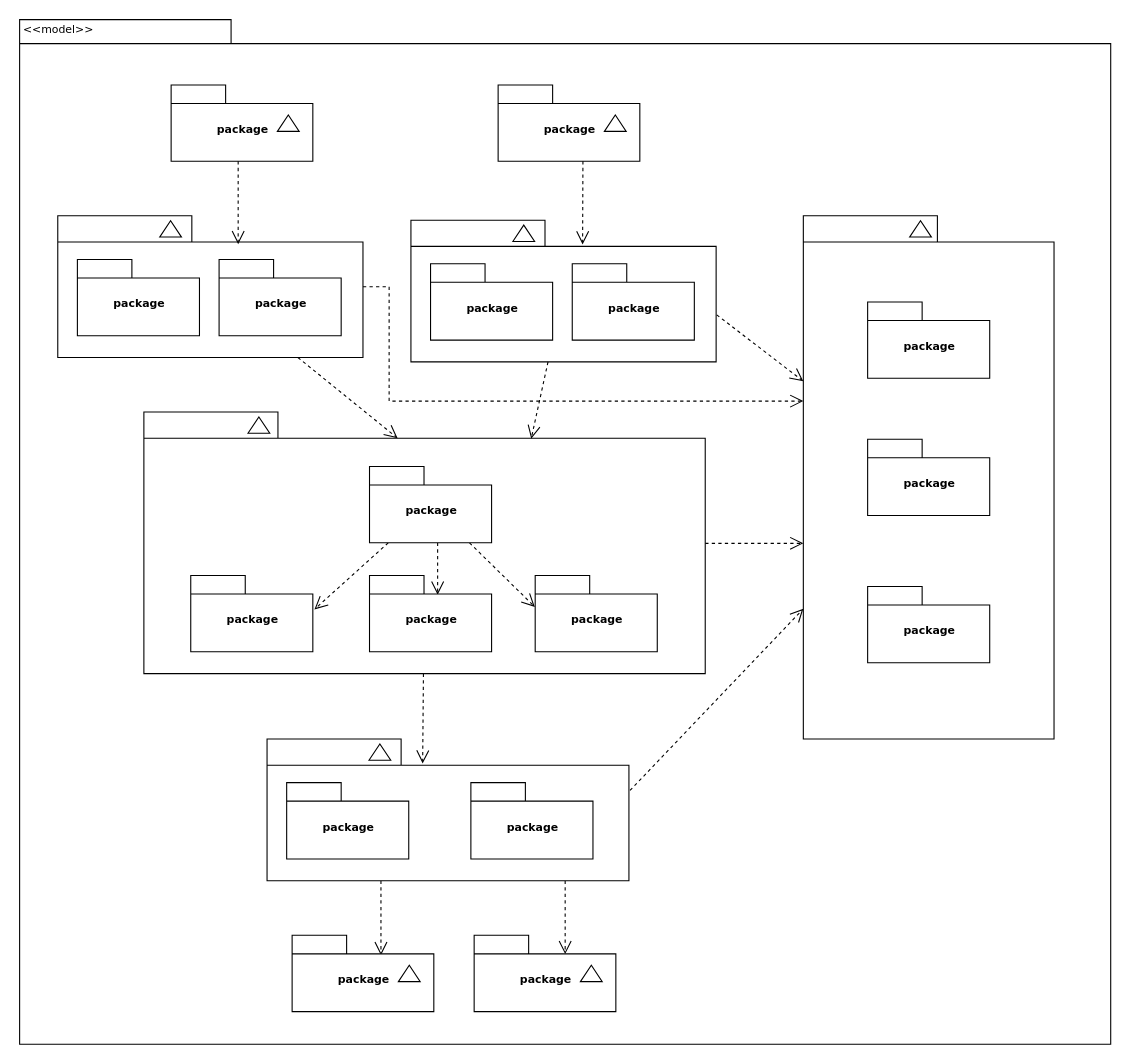
Earlier version of the draw.io diagram draw_io/Conterra_Usecase001_datamodel.drawio (developer-max-mule/developer-max-mule). Source tidied: cells renumbered, new cells numbered last; positions are measured from the earlier drawing's top-left corner, leaving out a move shared by most shapes. Both pictures are drawn from the tidied source at 109%, with x=0, y=0 at pixel (19, 19).
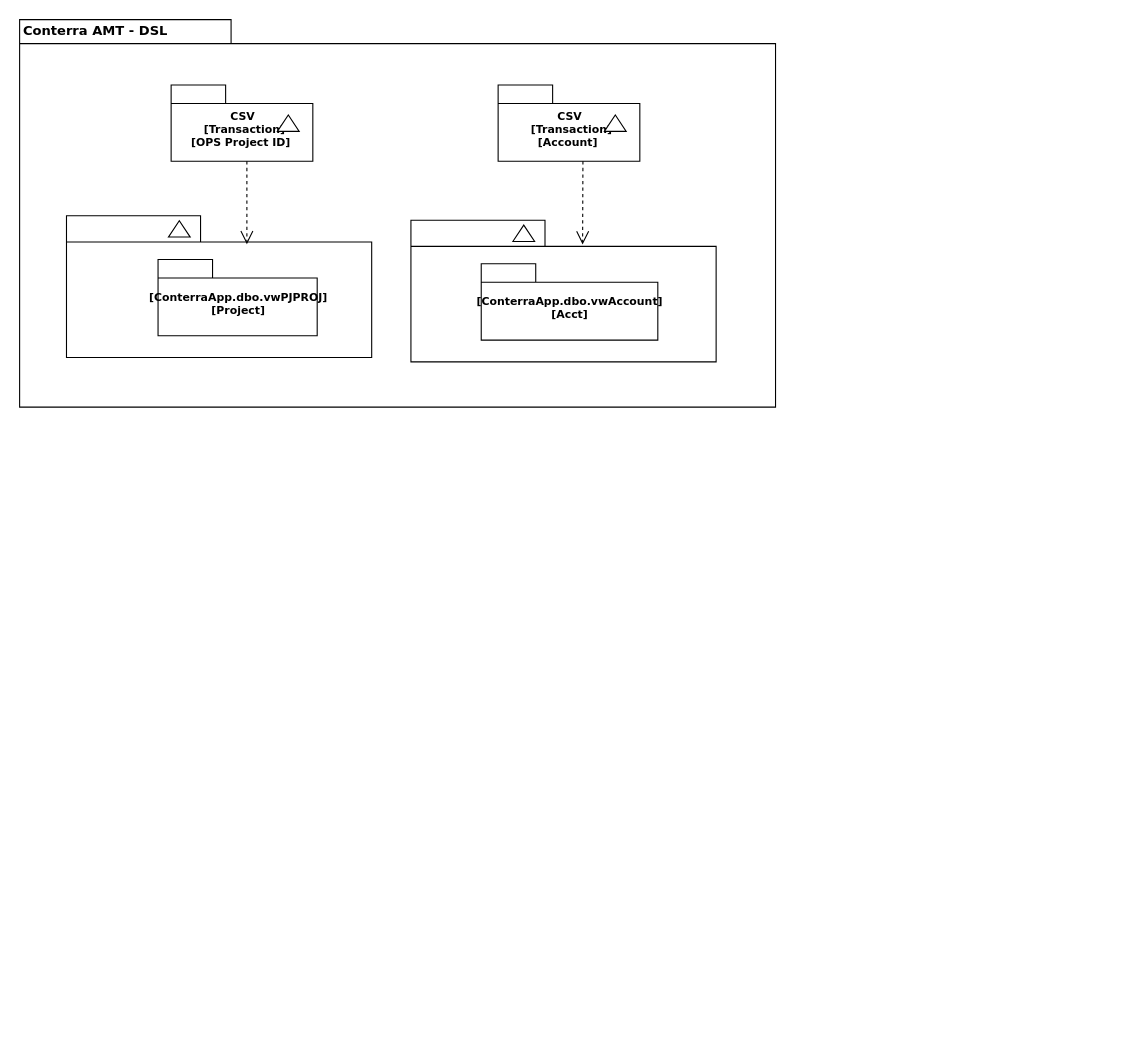
After the change.

Unchanged cells that the change refers to:
```xml
<mxCell id="3" style="group;" parent="1" vertex="1">
  <mxGeometry x="139.5" y="60.5" width="130" height="70" as="geometry" />
</mxCell>
<mxCell id="6" style="group;" parent="1" vertex="1">
  <mxGeometry x="439.5" y="60.5" width="130" height="70" as="geometry" />
</mxCell>
<mxCell id="10" style="shape=folder;fontStyle=1;spacingTop=10;tabWidth=123;tabHeight=24;tabPosition=left;html=1;rounded=0;shadow=0;comic=0;labelBackgroundColor=none;strokeWidth=1;fontFamily=Verdana;fontSize=10;align=center;" parent="9" vertex="1">
  <mxGeometry width="280" height="130" as="geometry" />
</mxCell>
<mxCell id="14" style="group;" parent="1" vertex="1">
  <mxGeometry x="359.5" y="184.5" width="280" height="130" as="geometry" />
</mxCell>
<mxCell id="15" style="shape=folder;fontStyle=1;spacingTop=10;tabWidth=123;tabHeight=24;tabPosition=left;html=1;rounded=0;shadow=0;comic=0;labelBackgroundColor=none;strokeWidth=1;fontFamily=Verdana;fontSize=10;align=center;" parent="14" vertex="1">
  <mxGeometry width="280" height="130" as="geometry" />
</mxCell>
```

What changed in the source:
```diff
@@
     <mxCell id="2" style="shape=folder;fontStyle=1;spacingTop=10;tabWidth=194;tabHeight=22;tabPosition=left;html=1;rounded=0;shadow=0;comic=0;labelBackgroundColor=none;strokeWidth=1;fillColor=none;fontFamily=Verdana;fontSize=10;align=center;" parent="1" vertex="1">
-      <mxGeometry x="0.5" y="0.5" width="1001" height="940" as="geometry" />
+      <mxGeometry x="0.5" y="0.5" width="693.5" height="355.5" as="geometry" />
     </mxCell>
@@
-    <mxCell id="4" value="package" style="shape=folder;fontStyle=1;spacingTop=10;tabWidth=50;tabHeight=17;tabPosition=left;html=1;rounded=0;shadow=0;comic=0;labelBackgroundColor=none;strokeWidth=1;fontFamily=Verdana;fontSize=10;align=center;" parent="3" vertex="1">
+    <mxCell id="4" value="CSV&lt;br&gt;&amp;nbsp;[Transaction]&lt;br&gt;[OPS Project ID]&amp;nbsp;" style="shape=folder;fontStyle=1;spacingTop=10;tabWidth=50;tabHeight=17;tabPosition=left;html=1;rounded=0;shadow=0;comic=0;labelBackgroundColor=none;strokeWidth=1;fontFamily=Verdana;fontSize=10;align=center;" parent="3" vertex="1">
       <mxGeometry width="130" height="70" as="geometry" />
     </mxCell>
@@
-    <mxCell id="7" value="package" style="shape=folder;fontStyle=1;spacingTop=10;tabWidth=50;tabHeight=17;tabPosition=left;html=1;rounded=0;shadow=0;comic=0;labelBackgroundColor=none;strokeWidth=1;fontFamily=Verdana;fontSize=10;align=center;" parent="6" vertex="1">
+    <mxCell id="7" value="CSV&lt;br&gt;&amp;nbsp;[Transaction]&lt;br&gt;[Account]&amp;nbsp;" style="shape=folder;fontStyle=1;spacingTop=10;tabWidth=50;tabHeight=17;tabPosition=left;html=1;rounded=0;shadow=0;comic=0;labelBackgroundColor=none;strokeWidth=1;fontFamily=Verdana;fontSize=10;align=center;" parent="6" vertex="1">
       <mxGeometry width="130" height="70" as="geometry" />
     </mxCell>
@@
     <mxCell id="9" style="group;" parent="1" vertex="1">
-      <mxGeometry x="35.5" y="180.5" width="280" height="130" as="geometry" />
+      <mxGeometry x="43.5" y="180.5" width="280" height="130" as="geometry" />
     </mxCell>
@@
-    <mxCell id="12" value="package" style="shape=folder;fontStyle=1;spacingTop=10;tabWidth=50;tabHeight=17;tabPosition=left;html=1;rounded=0;shadow=0;comic=0;labelBackgroundColor=none;strokeWidth=1;fontFamily=Verdana;fontSize=10;align=center;" parent="9" vertex="1">
-      <mxGeometry x="18" y="40" width="112" height="70" as="geometry" />
+    <mxCell id="12" value="[ConterraApp.dbo.vwPJPROJ]&lt;br&gt;[Project]" style="shape=folder;fontStyle=1;spacingTop=10;tabWidth=50;tabHeight=17;tabPosition=left;html=1;rounded=0;shadow=0;comic=0;labelBackgroundColor=none;strokeWidth=1;fontFamily=Verdana;fontSize=10;align=center;" parent="9" vertex="1">
+      <mxGeometry x="84" y="40" width="146" height="70" as="geometry" />
     </mxCell>
-    <mxCell id="13" value="package" style="shape=folder;fontStyle=1;spacingTop=10;tabWidth=50;tabHeight=17;tabPosition=left;html=1;rounded=0;shadow=0;comic=0;labelBackgroundColor=none;strokeWidth=1;fontFamily=Verdana;fontSize=10;align=center;" parent="9" vertex="1">
-      <mxGeometry x="148" y="40" width="112" height="70" as="geometry" />
-    </mxCell>
@@
-    <mxCell id="17" value="package" style="shape=folder;fontStyle=1;spacingTop=10;tabWidth=50;tabHeight=17;tabPosition=left;html=1;rounded=0;shadow=0;comic=0;labelBackgroundColor=none;strokeWidth=1;fontFamily=Verdana;fontSize=10;align=center;" parent="14" vertex="1">
-      <mxGeometry x="18" y="40" width="112" height="70" as="geometry" />
+    <mxCell id="17" value="[ConterraApp.dbo.vwAccount]&lt;br&gt;[Acct]" style="shape=folder;fontStyle=1;spacingTop=10;tabWidth=50;tabHeight=17;tabPosition=left;html=1;rounded=0;shadow=0;comic=0;labelBackgroundColor=none;strokeWidth=1;fontFamily=Verdana;fontSize=10;align=center;" parent="14" vertex="1">
+      <mxGeometry x="64.5" y="40" width="162" height="70" as="geometry" />
     </mxCell>
-    <mxCell id="18" value="package" style="shape=folder;fontStyle=1;spacingTop=10;tabWidth=50;tabHeight=17;tabPosition=left;html=1;rounded=0;shadow=0;comic=0;labelBackgroundColor=none;strokeWidth=1;fontFamily=Verdana;fontSize=10;align=center;" parent="14" vertex="1">
-      <mxGeometry x="148" y="40" width="112" height="70" as="geometry" />
-    </mxCell>
-    <mxCell id="19" style="group;" parent="1" vertex="1">
-      <mxGeometry x="719.5" y="180.5" width="230" height="480" as="geometry" />
-    </mxCell>
-    <mxCell id="20" style="group;" parent="19" vertex="1">
-      <mxGeometry width="230" height="480" as="geometry" />
-    </mxCell>
-    <mxCell id="21" style="shape=folder;fontStyle=1;spacingTop=10;tabWidth=123;tabHeight=24;tabPosition=left;html=1;rounded=0;shadow=0;comic=0;labelBackgroundColor=none;strokeWidth=1;fontFamily=Verdana;fontSize=10;align=center;" parent="20" vertex="1">
-      <mxGeometry width="230" height="480" as="geometry" />
-    </mxCell>
-    <mxCell id="22" style="triangle;whiteSpace=wrap;html=1;rounded=0;shadow=0;comic=0;labelBackgroundColor=none;strokeWidth=1;fontFamily=Verdana;fontSize=10;align=center;rotation=-90;" parent="20" vertex="1">
-      <mxGeometry x="100" y="2" width="15" height="20" as="geometry" />
-    </mxCell>
-    <mxCell id="23" value="package" style="shape=folder;fontStyle=1;spacingTop=10;tabWidth=50;tabHeight=17;tabPosition=left;html=1;rounded=0;shadow=0;comic=0;labelBackgroundColor=none;strokeWidth=1;fontFamily=Verdana;fontSize=10;align=center;" parent="20" vertex="1">
-      <mxGeometry x="59" y="79" width="112" height="70" as="geometry" />
-    </mxCell>
-    <mxCell id="24" value="package" style="shape=folder;fontStyle=1;spacingTop=10;tabWidth=50;tabHeight=17;tabPosition=left;html=1;rounded=0;shadow=0;comic=0;labelBackgroundColor=none;strokeWidth=1;fontFamily=Verdana;fontSize=10;align=center;" parent="20" vertex="1">
-      <mxGeometry x="59" y="205" width="112" height="70" as="geometry" />
-    </mxCell>
-    <mxCell id="25" value="package" style="shape=folder;fontStyle=1;spacingTop=10;tabWidth=50;tabHeight=17;tabPosition=left;html=1;rounded=0;shadow=0;comic=0;labelBackgroundColor=none;strokeWidth=1;fontFamily=Verdana;fontSize=10;align=center;" parent="20" vertex="1">
-      <mxGeometry x="59" y="340" width="112" height="70" as="geometry" />
-    </mxCell>
-    <mxCell id="26" style="edgeStyle=none;rounded=0;html=1;entryX=0.43;entryY=0.173;entryPerimeter=0;dashed=1;labelBackgroundColor=none;startFill=0;endArrow=open;endFill=0;endSize=10;fontFamily=Verdana;fontSize=10;" parent="1" edge="1" source="28" target="39">
-      <mxGeometry relative="1" as="geometry" />
-    </mxCell>
-    <mxCell id="27" style="edgeStyle=elbowEdgeStyle;rounded=0;html=1;dashed=1;labelBackgroundColor=none;startFill=0;endArrow=open;endFill=0;endSize=10;fontFamily=Verdana;fontSize=10;elbow=vertical;" parent="1" edge="1" source="28" target="21">
-      <mxGeometry relative="1" as="geometry" />
-    </mxCell>
-    <mxCell id="28" style="shape=folder;fontStyle=1;spacingTop=10;tabWidth=123;tabHeight=24;tabPosition=left;html=1;rounded=0;shadow=0;comic=0;labelBackgroundColor=none;strokeColor=#000000;strokeWidth=1;fillColor=#ffffff;fontFamily=Verdana;fontSize=10;fontColor=#000000;align=center;" parent="1" vertex="1">
-      <mxGeometry x="114.5" y="360.5" width="515" height="240" as="geometry" />
-    </mxCell>
-    <mxCell id="29" style="edgeStyle=elbowEdgeStyle;rounded=0;html=1;entryX=0.559;entryY=0.251;entryPerimeter=0;dashed=1;labelBackgroundColor=none;startFill=0;endArrow=open;endFill=0;endSize=10;fontFamily=Verdana;fontSize=10;" parent="1" edge="1" source="32" target="34">
-      <mxGeometry relative="1" as="geometry" />
-    </mxCell>
-    <mxCell id="30" style="edgeStyle=none;rounded=0;html=1;dashed=1;labelBackgroundColor=none;startFill=0;endArrow=open;endFill=0;endSize=10;fontFamily=Verdana;fontSize=10;entryX=-0.003;entryY=0.411;entryPerimeter=0;" parent="1" edge="1" source="32" target="35">
-      <mxGeometry relative="1" as="geometry" />
-    </mxCell>
-    <mxCell id="31" style="edgeStyle=none;rounded=0;html=1;dashed=1;labelBackgroundColor=none;startFill=0;endArrow=open;endFill=0;endSize=10;fontFamily=Verdana;fontSize=10;entryX=1.013;entryY=0.444;entryPerimeter=0;" parent="1" edge="1" source="32" target="33">
-      <mxGeometry relative="1" as="geometry" />
-    </mxCell>
-    <mxCell id="32" value="package" style="shape=folder;fontStyle=1;spacingTop=10;tabWidth=50;tabHeight=17;tabPosition=left;html=1;rounded=0;shadow=0;comic=0;labelBackgroundColor=none;strokeColor=#000000;strokeWidth=1;fillColor=#ffffff;fontFamily=Verdana;fontSize=10;fontColor=#000000;align=center;" parent="1" vertex="1">
-      <mxGeometry x="321.5" y="410.5" width="112" height="70" as="geometry" />
-    </mxCell>
-    <mxCell id="33" value="package" style="shape=folder;fontStyle=1;spacingTop=10;tabWidth=50;tabHeight=17;tabPosition=left;html=1;rounded=0;shadow=0;comic=0;labelBackgroundColor=none;strokeColor=#000000;strokeWidth=1;fillColor=#ffffff;fontFamily=Verdana;fontSize=10;fontColor=#000000;align=center;" parent="1" vertex="1">
-      <mxGeometry x="157.5" y="510.5" width="112" height="70" as="geometry" />
-    </mxCell>
-    <mxCell id="34" value="package" style="shape=folder;fontStyle=1;spacingTop=10;tabWidth=50;tabHeight=17;tabPosition=left;html=1;rounded=0;shadow=0;comic=0;labelBackgroundColor=none;strokeColor=#000000;strokeWidth=1;fillColor=#ffffff;fontFamily=Verdana;fontSize=10;fontColor=#000000;align=center;" parent="1" vertex="1">
-      <mxGeometry x="321.5" y="510.5" width="112" height="70" as="geometry" />
-    </mxCell>
-    <mxCell id="35" value="package" style="shape=folder;fontStyle=1;spacingTop=10;tabWidth=50;tabHeight=17;tabPosition=left;html=1;rounded=0;shadow=0;comic=0;labelBackgroundColor=none;strokeColor=#000000;strokeWidth=1;fillColor=#ffffff;fontFamily=Verdana;fontSize=10;fontColor=#000000;align=center;" parent="1" vertex="1">
-      <mxGeometry x="473.5" y="510.5" width="112" height="70" as="geometry" />
-    </mxCell>
-    <mxCell id="36" style="edgeStyle=elbowEdgeStyle;rounded=0;html=1;entryX=0.628;entryY=0.26;entryPerimeter=0;dashed=1;labelBackgroundColor=none;startFill=0;endArrow=open;endFill=0;endSize=10;fontFamily=Verdana;fontSize=10;" parent="1" edge="1" source="39" target="45">
-      <mxGeometry relative="1" as="geometry" />
-    </mxCell>
-    <mxCell id="37" style="edgeStyle=elbowEdgeStyle;rounded=0;html=1;entryX=0.643;entryY=0.246;entryPerimeter=0;dashed=1;labelBackgroundColor=none;startFill=0;endArrow=open;endFill=0;endSize=10;fontFamily=Verdana;fontSize=10;" parent="1" edge="1" source="39" target="48">
-      <mxGeometry relative="1" as="geometry" />
-    </mxCell>
-    <mxCell id="38" style="edgeStyle=none;rounded=0;html=1;dashed=1;labelBackgroundColor=none;startFill=0;endArrow=open;endFill=0;endSize=10;fontFamily=Verdana;fontSize=10;exitX=1.003;exitY=0.363;exitPerimeter=0;" parent="1" edge="1" source="39" target="21">
-      <mxGeometry relative="1" as="geometry" />
-    </mxCell>
-    <mxCell id="39" style="shape=folder;fontStyle=1;spacingTop=10;tabWidth=123;tabHeight=24;tabPosition=left;html=1;rounded=0;shadow=0;comic=0;labelBackgroundColor=none;strokeWidth=1;fontFamily=Verdana;fontSize=10;align=center;" parent="1" vertex="1">
-      <mxGeometry x="227.5" y="660.5" width="332" height="130" as="geometry" />
-    </mxCell>
-    <mxCell id="40" style="triangle;whiteSpace=wrap;html=1;rounded=0;shadow=0;comic=0;labelBackgroundColor=none;strokeWidth=1;fontFamily=Verdana;fontSize=10;align=center;rotation=-90;" parent="1" vertex="1">
-      <mxGeometry x="323.5" y="662.5" width="15" height="20" as="geometry" />
-    </mxCell>
-    <mxCell id="41" value="package" style="shape=folder;fontStyle=1;spacingTop=10;tabWidth=50;tabHeight=17;tabPosition=left;html=1;rounded=0;shadow=0;comic=0;labelBackgroundColor=none;strokeWidth=1;fontFamily=Verdana;fontSize=10;align=center;" parent="1" vertex="1">
-      <mxGeometry x="245.5" y="700.5" width="112" height="70" as="geometry" />
-    </mxCell>
-    <mxCell id="42" value="package" style="shape=folder;fontStyle=1;spacingTop=10;tabWidth=50;tabHeight=17;tabPosition=left;html=1;rounded=0;shadow=0;comic=0;labelBackgroundColor=none;strokeWidth=1;fontFamily=Verdana;fontSize=10;align=center;" parent="1" vertex="1">
-      <mxGeometry x="414.5" y="700.5" width="112" height="70" as="geometry" />
-    </mxCell>
-    <mxCell id="43" style="triangle;whiteSpace=wrap;html=1;rounded=0;shadow=0;comic=0;labelBackgroundColor=none;strokeColor=#000000;strokeWidth=1;fillColor=#ffffff;fontFamily=Verdana;fontSize=10;fontColor=#000000;align=center;rotation=-90;" parent="1" vertex="1">
-      <mxGeometry x="212.5" y="362.5" width="15" height="20" as="geometry" />
-    </mxCell>
-    <mxCell id="44" style="group;" parent="1" vertex="1">
-      <mxGeometry x="250.5" y="840.6" width="130" height="70" as="geometry" />
-    </mxCell>
-    <mxCell id="45" value="package" style="shape=folder;fontStyle=1;spacingTop=10;tabWidth=50;tabHeight=17;tabPosition=left;html=1;rounded=0;shadow=0;comic=0;labelBackgroundColor=none;strokeWidth=1;fontFamily=Verdana;fontSize=10;align=center;" parent="44" vertex="1">
-      <mxGeometry width="130" height="70" as="geometry" />
-    </mxCell>
-    <mxCell id="46" style="triangle;whiteSpace=wrap;html=1;rounded=0;shadow=0;comic=0;labelBackgroundColor=none;strokeWidth=1;fontFamily=Verdana;fontSize=10;align=center;rotation=-90;" parent="44" vertex="1">
-      <mxGeometry x="100" y="25" width="15" height="20" as="geometry" />
-    </mxCell>
-    <mxCell id="47" style="group;" parent="1" vertex="1">
-      <mxGeometry x="417.5" y="840.6" width="130" height="70" as="geometry" />
-    </mxCell>
-    <mxCell id="48" value="package" style="shape=folder;fontStyle=1;spacingTop=10;tabWidth=50;tabHeight=17;tabPosition=left;html=1;rounded=0;shadow=0;comic=0;labelBackgroundColor=none;strokeWidth=1;fontFamily=Verdana;fontSize=10;align=center;" parent="47" vertex="1">
-      <mxGeometry width="130" height="70" as="geometry" />
-    </mxCell>
-    <mxCell id="49" style="triangle;whiteSpace=wrap;html=1;rounded=0;shadow=0;comic=0;labelBackgroundColor=none;strokeWidth=1;fontFamily=Verdana;fontSize=10;align=center;rotation=-90;" parent="47" vertex="1">
-      <mxGeometry x="100" y="25" width="15" height="20" as="geometry" />
-    </mxCell>
@@
-    <mxCell id="52" style="rounded=0;html=1;entryX=0.452;entryY=0.1;entryPerimeter=0;dashed=1;labelBackgroundColor=none;startFill=0;endArrow=open;endFill=0;endSize=10;fontFamily=Verdana;fontSize=10;" parent="1" edge="1" source="10" target="28">
-      <mxGeometry relative="1" as="geometry" />
-    </mxCell>
-    <mxCell id="53" style="edgeStyle=none;rounded=0;html=1;entryX=0.69;entryY=0.102;entryPerimeter=0;dashed=1;labelBackgroundColor=none;startFill=0;endArrow=open;endFill=0;endSize=10;fontFamily=Verdana;fontSize=10;" parent="1" edge="1" source="15" target="28">
-      <mxGeometry relative="1" as="geometry" />
-    </mxCell>
-    <mxCell id="54" style="edgeStyle=none;rounded=0;html=1;dashed=1;labelBackgroundColor=none;startFill=0;endArrow=open;endFill=0;endSize=10;fontFamily=Verdana;fontSize=10;exitX=1.002;exitY=0.668;exitPerimeter=0;" parent="1" edge="1" source="15" target="21">
-      <mxGeometry relative="1" as="geometry" />
-    </mxCell>
-    <mxCell id="55" style="edgeStyle=orthogonalEdgeStyle;rounded=0;html=1;dashed=1;labelBackgroundColor=none;startFill=0;endArrow=open;endFill=0;endSize=10;fontFamily=Verdana;fontSize=10;" parent="1" edge="1" source="10" target="21">
-      <mxGeometry relative="1" as="geometry">
-        <Array as="points">
-          <mxPoint x="339.5" y="245.5" />
-          <mxPoint x="339.5" y="350.5" />
-        </Array>
-      </mxGeometry>
-    </mxCell>
-    <mxCell id="56" value="&amp;lt;&amp;lt;model&amp;gt;&amp;gt;" style="text;html=1;align=left;verticalAlign=top;spacingTop=-4;fontSize=10;fontFamily=Verdana;" parent="1" vertex="1">
+    <mxCell id="56" value="&lt;font style=&quot;font-size: 12px&quot;&gt;&lt;b&gt;Conterra AMT - DSL&lt;/b&gt;&lt;/font&gt;" style="text;html=1;align=left;verticalAlign=top;spacingTop=-4;fontSize=10;fontFamily=Verdana;" parent="1" vertex="1">
       <mxGeometry x="1.5" y="0.5" width="130" height="20" as="geometry" />
     </mxCell>
```
